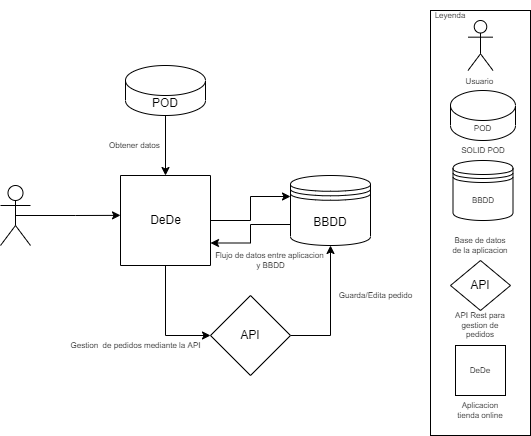
The draw.io diagram docs/images/Punto 3 Diagrama de contexto empresarial.png in Arquisoft/dede_es1c, before a commit. Source tidied: cells renumbered, new cells last; positions are measured from the earlier drawing's top-left corner, leaving out a move shared by most shapes.
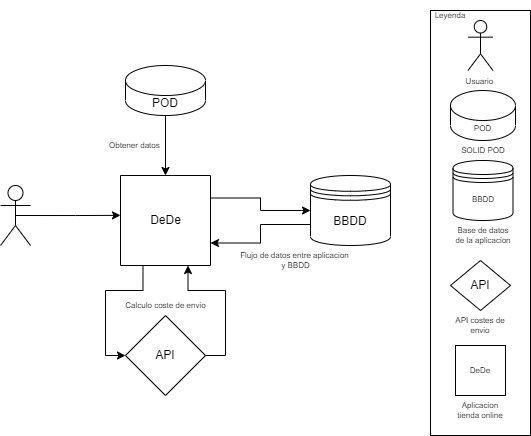
After the change.

Commit message:
Actualizo diagrama punto 3.1

The edit, as a diff of the source:
```diff
@@ -8,10 +8,10 @@
     <mxCell id="3" value="&lt;br&gt;" style="shape=umlActor;verticalLabelPosition=bottom;verticalAlign=top;html=1;outlineConnect=0;" parent="1" vertex="1">
       <mxGeometry y="185" width="30" height="60" as="geometry" />
     </mxCell>
-    <mxCell id="4" style="edgeStyle=orthogonalEdgeStyle;rounded=0;jettySize=auto;html=1;exitX=0.5;exitY=1;exitDx=0;exitDy=0;entryX=0;entryY=0.5;entryDx=0;entryDy=0;" parent="1" edge="1" source="6" target="13">
+    <mxCell id="4" style="edgeStyle=orthogonalEdgeStyle;rounded=0;jettySize=auto;html=1;exitX=0.25;exitY=1;exitDx=0;exitDy=0;entryX=0;entryY=0.5;entryDx=0;entryDy=0;" parent="1" edge="1" source="6" target="13">
       <mxGeometry relative="1" as="geometry" />
     </mxCell>
-    <mxCell id="5" style="edgeStyle=orthogonalEdgeStyle;rounded=0;jettySize=auto;html=1;exitX=1;exitY=0.5;exitDx=0;exitDy=0;entryX=0;entryY=0.3;entryDx=0;entryDy=0;" parent="1" edge="1" source="6" target="11">
+    <mxCell id="5" style="edgeStyle=orthogonalEdgeStyle;rounded=0;jettySize=auto;html=1;exitX=1;exitY=0.25;exitDx=0;exitDy=0;entryX=0;entryY=0.5;entryDx=0;entryDy=0;" parent="1" edge="1" source="6" target="11">
       <mxGeometry relative="1" as="geometry" />
     </mxCell>
     <mxCell id="6" style="swimlane;startSize=0;" parent="1" vertex="1">
@@ -30,26 +30,23 @@
       <mxGeometry relative="1" as="geometry" />
     </mxCell>
     <mxCell id="11" value="BBDD" style="shape=datastore;whiteSpace=wrap;html=1;" parent="1" vertex="1">
-      <mxGeometry x="290" y="175" width="80" height="70" as="geometry" />
+      <mxGeometry x="310" y="175" width="80" height="70" as="geometry" />
     </mxCell>
-    <mxCell id="12" style="edgeStyle=orthogonalEdgeStyle;rounded=0;jettySize=auto;html=1;exitX=1;exitY=0.5;exitDx=0;exitDy=0;entryX=0.5;entryY=1;entryDx=0;entryDy=0;" parent="1" edge="1" source="13" target="11">
-      <mxGeometry relative="1" as="geometry" />
-    </mxCell>
+    <mxCell id="29" style="edgeStyle=orthogonalEdgeStyle;rounded=0;jettySize=auto;html=1;exitX=1;exitY=0.5;exitDx=0;exitDy=0;entryX=0.75;entryY=1;entryDx=0;entryDy=0;" parent="1" edge="1" source="13" target="6">
+      <mxGeometry relative="1" as="geometry" />
+    </mxCell>
     <mxCell id="13" value="API" style="rhombus;whiteSpace=wrap;html=1;" parent="1" vertex="1">
-      <mxGeometry x="210" y="295" width="80" height="80" as="geometry" />
+      <mxGeometry x="125" y="315" width="80" height="80" as="geometry" />
     </mxCell>
     <mxCell id="14" value="Obtener datos&amp;nbsp;" style="text;html=1;align=center;verticalAlign=middle;strokeColor=none;fillColor=none;fontSize=8;" parent="1" vertex="1">
       <mxGeometry x="100" y="135" width="70" height="20" as="geometry" />
     </mxCell>
     <mxCell id="15" value="Flujo de datos entre aplicacion&amp;nbsp;&lt;br&gt;y BBDD" style="text;html=1;align=center;verticalAlign=middle;strokeColor=none;fillColor=none;fontSize=8;" parent="1" vertex="1">
-      <mxGeometry x="205" y="245" width="130" height="30" as="geometry" />
+      <mxGeometry x="230" y="245" width="130" height="30" as="geometry" />
     </mxCell>
-    <mxCell id="16" value="Gestion&amp;nbsp; de pedidos mediante la API" style="text;html=1;align=center;verticalAlign=middle;strokeColor=none;fillColor=none;fontSize=8;" parent="1" vertex="1">
-      <mxGeometry x="65" y="335" width="140" height="20" as="geometry" />
+    <mxCell id="16" value="Calculo coste de envio" style="text;html=1;align=center;verticalAlign=middle;strokeColor=none;fillColor=none;fontSize=8;" parent="1" vertex="1">
+      <mxGeometry x="115" y="295" width="100" height="20" as="geometry" />
     </mxCell>
-    <mxCell id="17" value="Guarda/Edita pedido" style="text;html=1;align=center;verticalAlign=middle;strokeColor=none;fillColor=none;fontSize=8;" parent="1" vertex="1">
-      <mxGeometry x="330" y="285" width="90" height="20" as="geometry" />
-    </mxCell>
     <mxCell id="18" style="rounded=0;whiteSpace=wrap;html=1;fontSize=8;" parent="1" vertex="1">
       <mxGeometry x="430" y="10" width="100" height="425" as="geometry" />
     </mxCell>
@@ -69,12 +66,12 @@
       <mxGeometry x="452.5" y="160" width="60" height="60" as="geometry" />
     </mxCell>
     <mxCell id="24" value="Base de datos de la aplicacion" style="text;html=1;strokeColor=none;fillColor=none;align=center;verticalAlign=middle;whiteSpace=wrap;rounded=0;fontSize=8;" parent="1" vertex="1">
-      <mxGeometry x="450" y="230" width="60" height="30" as="geometry" />
+      <mxGeometry x="452.5" y="220" width="60" height="30" as="geometry" />
     </mxCell>
     <mxCell id="25" value="API" style="rhombus;whiteSpace=wrap;html=1;" parent="1" vertex="1">
       <mxGeometry x="450" y="260" width="60" height="50" as="geometry" />
     </mxCell>
-    <mxCell id="26" value="API Rest para gestion de pedidos" style="text;html=1;strokeColor=none;fillColor=none;align=center;verticalAlign=middle;whiteSpace=wrap;rounded=0;fontSize=8;" parent="1" vertex="1">
+    <mxCell id="26" value="API costes de envio" style="text;html=1;strokeColor=none;fillColor=none;align=center;verticalAlign=middle;whiteSpace=wrap;rounded=0;fontSize=8;" parent="1" vertex="1">
       <mxGeometry x="450" y="310" width="60" height="30" as="geometry" />
     </mxCell>
     <mxCell id="27" value="DeDe" style="whiteSpace=wrap;html=1;fontSize=8;" parent="1" vertex="1">
```
